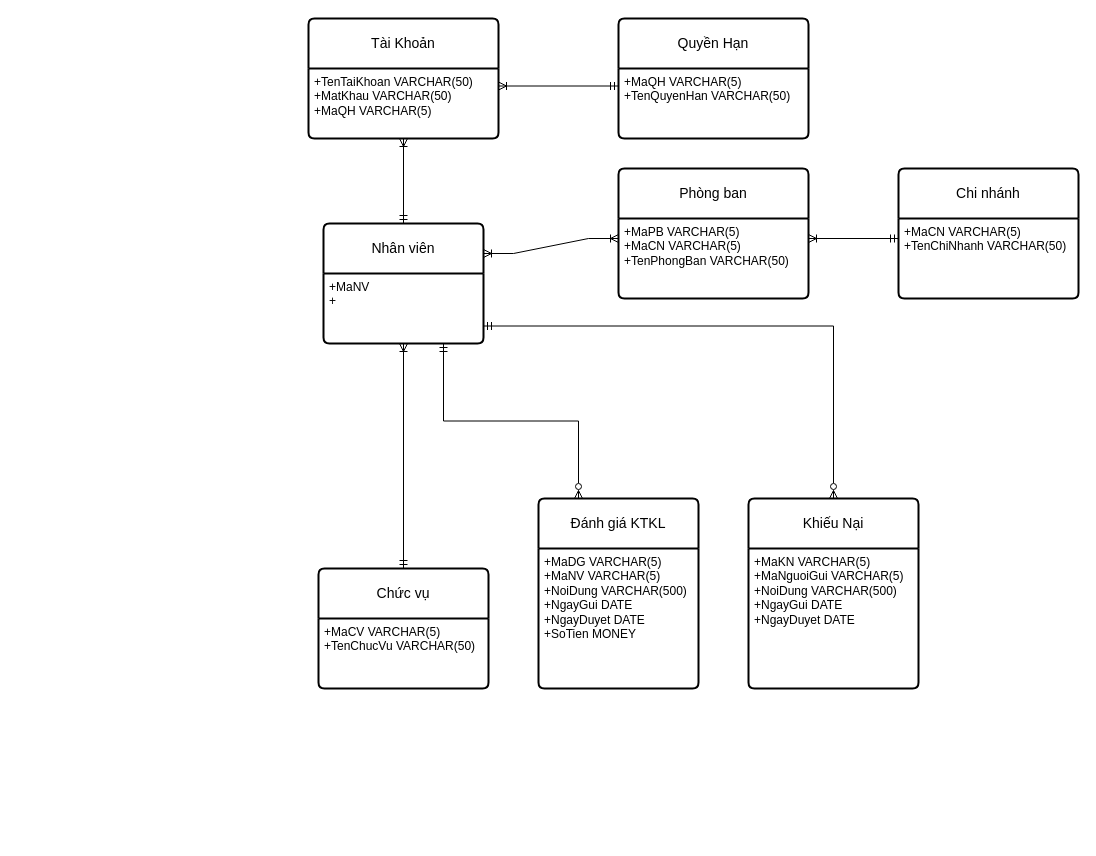
Earlier version of the draw.io diagram Untitled Diagram.drawio (dunkvippro/Quanlythuexe). Source tidied: cells renumbered, new cells numbered last; positions are measured from the earlier drawing's top-left corner, leaving out a move shared by most shapes. Both pictures are drawn from the tidied source at 100%, with x=0, y=0 at pixel (308, 18).
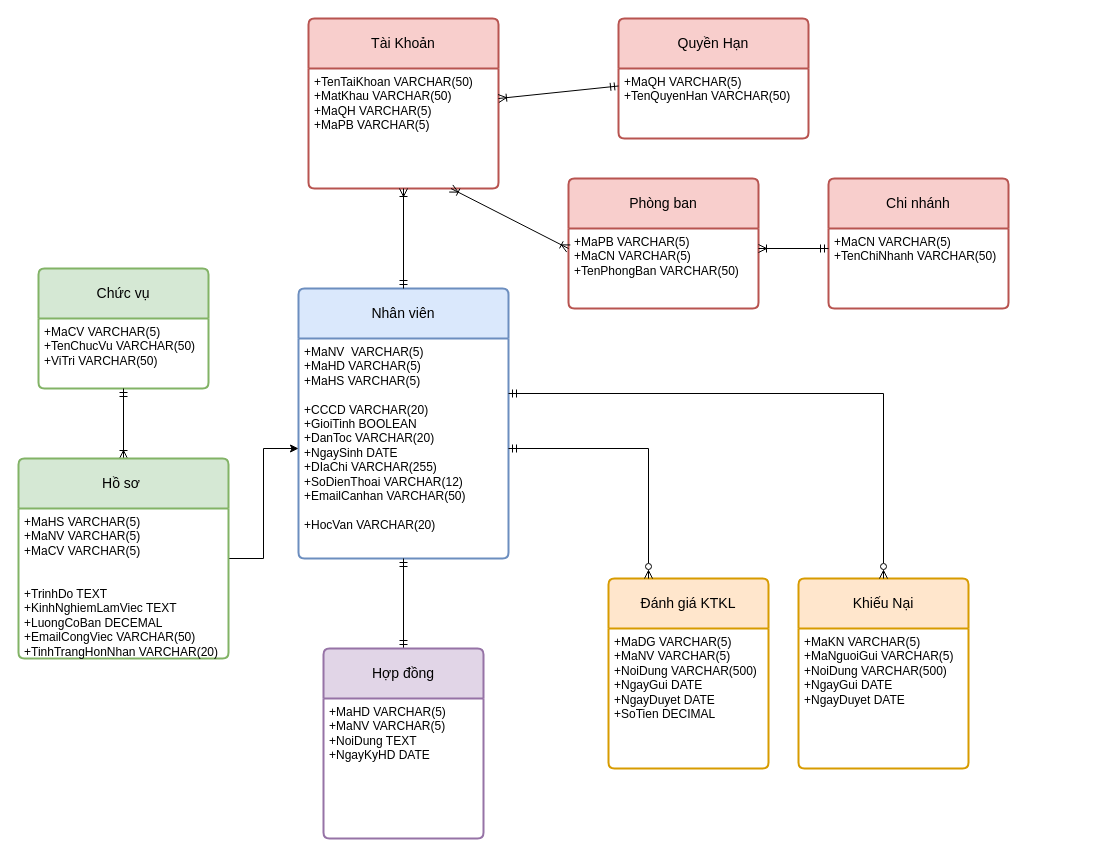
Above is the later version.

The change refers to these unchanged cells:
```xml
<mxCell id="10" value="+MaPB VARCHAR(5)&lt;br&gt;+MaCN VARCHAR(5)&lt;br&gt;+TenPhongBan VARCHAR(50)" style="align=left;strokeColor=none;fillColor=none;spacingLeft=4;fontSize=12;verticalAlign=top;html=1;" parent="9" vertex="1">
  <mxGeometry y="50" width="190" height="80" as="geometry" />
</mxCell>
```

The edit, as a diff of the source:
```diff
@@
-    <mxCell id="2" value="Tài Khoản" style="swimlane;horizontal=1;startSize=50;rounded=1;fontSize=14;fontStyle=0;strokeWidth=2;shadow=0;dashed=0;align=center;arcSize=4;whiteSpace=wrap;html=1;" parent="1" vertex="1">
-      <mxGeometry width="190" height="120" as="geometry" />
+    <mxCell id="2" value="Tài Khoản" style="swimlane;horizontal=1;startSize=50;rounded=1;fontSize=14;fontStyle=0;strokeWidth=2;shadow=0;dashed=0;align=center;arcSize=4;whiteSpace=wrap;html=1;fillColor=#f8cecc;strokeColor=#b85450;" parent="1" vertex="1">
+      <mxGeometry width="190" height="170" as="geometry" />
     </mxCell>
-    <mxCell id="3" value="+TenTaiKhoan VARCHAR(50)&lt;br&gt;+MatKhau VARCHAR(50)&lt;br&gt;+MaQH VARCHAR(5)" style="align=left;strokeColor=none;fillColor=none;spacingLeft=4;fontSize=12;verticalAlign=top;html=1;" parent="2" vertex="1">
-      <mxGeometry y="50" width="190" height="70" as="geometry" />
+    <mxCell id="3" value="+TenTaiKhoan VARCHAR(50)&lt;br&gt;+MatKhau VARCHAR(50)&lt;br&gt;+MaQH VARCHAR(5)&lt;br&gt;+MaPB VARCHAR(5)" style="align=left;strokeColor=none;fillColor=none;spacingLeft=4;fontSize=12;verticalAlign=top;html=1;" parent="2" vertex="1">
+      <mxGeometry y="50" width="190" height="120" as="geometry" />
     </mxCell>
-    <mxCell id="4" value="Quyền Hạn" style="swimlane;horizontal=1;startSize=50;rounded=1;fontSize=14;fontStyle=0;strokeWidth=2;shadow=0;dashed=0;align=center;arcSize=4;whiteSpace=wrap;html=1;" parent="1" vertex="1">
+    <mxCell id="4" value="Quyền Hạn" style="swimlane;horizontal=1;startSize=50;rounded=1;fontSize=14;fontStyle=0;strokeWidth=2;shadow=0;dashed=0;align=center;arcSize=4;whiteSpace=wrap;html=1;fillColor=#f8cecc;strokeColor=#b85450;" parent="1" vertex="1">
       <mxGeometry x="310" width="190" height="120" as="geometry" />
     </mxCell>
@@
-    <mxCell id="7" value="Nhân viên" style="swimlane;horizontal=1;startSize=50;rounded=1;fontSize=14;fontStyle=0;strokeWidth=2;shadow=0;dashed=0;align=center;arcSize=4;whiteSpace=wrap;html=1;" parent="1" vertex="1">
-      <mxGeometry x="15" y="205" width="160" height="120" as="geometry" />
+    <mxCell id="7" value="Nhân viên" style="swimlane;horizontal=1;startSize=50;rounded=1;fontSize=14;fontStyle=0;strokeWidth=2;shadow=0;dashed=0;align=center;arcSize=4;whiteSpace=wrap;html=1;fillColor=#dae8fc;strokeColor=#6c8ebf;" parent="1" vertex="1">
+      <mxGeometry x="-10" y="270" width="210" height="270" as="geometry" />
     </mxCell>
-    <mxCell id="8" value="+MaNV&amp;nbsp;&lt;br&gt;+" style="align=left;strokeColor=none;fillColor=none;spacingLeft=4;fontSize=12;verticalAlign=top;html=1;" parent="7" vertex="1">
-      <mxGeometry y="50" width="160" height="70" as="geometry" />
+    <mxCell id="8" value="+MaNV&amp;nbsp; VARCHAR(5)&lt;br&gt;+MaHD VARCHAR(5)&lt;br&gt;+MaHS VARCHAR(5)&lt;br&gt;&lt;br&gt;+CCCD VARCHAR(20)&lt;br&gt;+GioiTinh BOOLEAN&lt;br&gt;+DanToc VARCHAR(20)&lt;br&gt;+NgaySinh DATE&lt;br&gt;+DIaChi VARCHAR(255)&lt;br&gt;+SoDienThoai VARCHAR(12)&lt;br&gt;+EmailCanhan VARCHAR(50)&lt;br&gt;&lt;br&gt;+HocVan VARCHAR(20)" style="align=left;strokeColor=none;fillColor=none;spacingLeft=4;fontSize=12;verticalAlign=top;html=1;" parent="7" vertex="1">
+      <mxGeometry y="50" width="210" height="220" as="geometry" />
     </mxCell>
-    <mxCell id="9" value="Phòng ban" style="swimlane;horizontal=1;startSize=50;rounded=1;fontSize=14;fontStyle=0;strokeWidth=2;shadow=0;dashed=0;align=center;arcSize=4;whiteSpace=wrap;html=1;" parent="1" vertex="1">
-      <mxGeometry x="310" y="150" width="190" height="130" as="geometry" />
+    <mxCell id="9" value="Phòng ban" style="swimlane;horizontal=1;startSize=50;rounded=1;fontSize=14;fontStyle=0;strokeWidth=2;shadow=0;dashed=0;align=center;arcSize=4;whiteSpace=wrap;html=1;fillColor=#f8cecc;strokeColor=#b85450;" parent="1" vertex="1">
+      <mxGeometry x="260" y="160" width="190" height="130" as="geometry" />
     </mxCell>
@@
-    <mxCell id="11" value="Chi nhánh" style="swimlane;horizontal=1;startSize=50;rounded=1;fontSize=14;fontStyle=0;strokeWidth=2;shadow=0;dashed=0;align=center;arcSize=4;whiteSpace=wrap;html=1;" parent="1" vertex="1">
-      <mxGeometry x="590" y="150" width="180" height="130" as="geometry" />
+    <mxCell id="11" value="Chi nhánh" style="swimlane;horizontal=1;startSize=50;rounded=1;fontSize=14;fontStyle=0;strokeWidth=2;shadow=0;dashed=0;align=center;arcSize=4;whiteSpace=wrap;html=1;fillColor=#f8cecc;strokeColor=#b85450;" parent="1" vertex="1">
+      <mxGeometry x="520" y="160" width="180" height="130" as="geometry" />
     </mxCell>
@@
-    <mxCell id="13" value="Chức vụ" style="swimlane;horizontal=1;startSize=50;rounded=1;fontSize=14;fontStyle=0;strokeWidth=2;shadow=0;dashed=0;align=center;arcSize=4;whiteSpace=wrap;html=1;" parent="1" vertex="1">
-      <mxGeometry x="10" y="550" width="170" height="120" as="geometry" />
+    <mxCell id="13" value="Chức vụ" style="swimlane;horizontal=1;startSize=50;rounded=1;fontSize=14;fontStyle=0;strokeWidth=2;shadow=0;dashed=0;align=center;arcSize=4;whiteSpace=wrap;html=1;fillColor=#d5e8d4;strokeColor=#82b366;" parent="1" vertex="1">
+      <mxGeometry x="-270" y="250" width="170" height="120" as="geometry" />
     </mxCell>
-    <mxCell id="14" value="+MaCV VARCHAR(5)&lt;br&gt;+TenChucVu VARCHAR(50)" style="align=left;strokeColor=none;fillColor=none;spacingLeft=4;fontSize=12;verticalAlign=top;html=1;" parent="13" vertex="1">
+    <mxCell id="14" value="+MaCV VARCHAR(5)&lt;br&gt;+TenChucVu VARCHAR(50)&lt;br&gt;+ViTri VARCHAR(50)" style="align=left;strokeColor=none;fillColor=none;spacingLeft=4;fontSize=12;verticalAlign=top;html=1;" parent="13" vertex="1">
       <mxGeometry y="50" width="170" height="70" as="geometry" />
     </mxCell>
-    <mxCell id="15" value="Đánh giá KTKL" style="swimlane;horizontal=1;startSize=50;rounded=1;fontSize=14;fontStyle=0;strokeWidth=2;shadow=0;dashed=0;align=center;arcSize=4;whiteSpace=wrap;html=1;" parent="1" vertex="1">
-      <mxGeometry x="230" y="480" width="160" height="190" as="geometry" />
+    <mxCell id="15" value="Đánh giá KTKL" style="swimlane;horizontal=1;startSize=50;rounded=1;fontSize=14;fontStyle=0;strokeWidth=2;shadow=0;dashed=0;align=center;arcSize=4;whiteSpace=wrap;html=1;fillColor=#ffe6cc;strokeColor=#d79b00;" parent="1" vertex="1">
+      <mxGeometry x="300" y="560" width="160" height="190" as="geometry" />
     </mxCell>
-    <mxCell id="16" value="+MaDG VARCHAR(5)&lt;br&gt;+MaNV VARCHAR(5)&lt;br&gt;+NoiDung VARCHAR(500)&lt;br&gt;+NgayGui DATE&lt;br&gt;+NgayDuyet DATE&lt;br&gt;+SoTien MONEY" style="align=left;strokeColor=none;fillColor=none;spacingLeft=4;fontSize=12;verticalAlign=top;html=1;" parent="15" vertex="1">
+    <mxCell id="16" value="+MaDG VARCHAR(5)&lt;br&gt;+MaNV VARCHAR(5)&lt;br&gt;+NoiDung VARCHAR(500)&lt;br&gt;+NgayGui DATE&lt;br&gt;+NgayDuyet DATE&lt;br&gt;+SoTien DECIMAL" style="align=left;strokeColor=none;fillColor=none;spacingLeft=4;fontSize=12;verticalAlign=top;html=1;" parent="15" vertex="1">
       <mxGeometry y="50" width="160" height="140" as="geometry" />
     </mxCell>
-    <mxCell id="17" value="Khiếu Nại" style="swimlane;horizontal=1;startSize=50;rounded=1;fontSize=14;fontStyle=0;strokeWidth=2;shadow=0;dashed=0;align=center;arcSize=4;whiteSpace=wrap;html=1;" parent="1" vertex="1">
-      <mxGeometry x="440" y="480" width="170" height="190" as="geometry" />
+    <mxCell id="17" value="Khiếu Nại" style="swimlane;horizontal=1;startSize=50;rounded=1;fontSize=14;fontStyle=0;strokeWidth=2;shadow=0;dashed=0;align=center;arcSize=4;whiteSpace=wrap;html=1;fillColor=#ffe6cc;strokeColor=#d79b00;" parent="1" vertex="1">
+      <mxGeometry x="490" y="560" width="170" height="190" as="geometry" />
     </mxCell>
@@
-    <mxCell id="20" style="fontSize=12;html=1;endArrow=ERoneToMany;startArrow=ERmandOne;rounded=0;entryX=0.5;entryY=1;entryDx=0;entryDy=0;exitX=0.5;exitY=0;exitDx=0;exitDy=0;endFill=0;" parent="1" edge="1" source="13" target="8">
+    <mxCell id="20" style="fontSize=12;html=1;endArrow=ERoneToMany;startArrow=ERmandOne;rounded=0;entryX=0.5;entryY=0;entryDx=0;entryDy=0;exitX=0.5;exitY=1;exitDx=0;exitDy=0;endFill=0;" parent="1" edge="1" source="14" target="26">
       <mxGeometry relative="1" as="geometry" />
     </mxCell>
@@
-    <mxCell id="22" style="edgeStyle=entityRelationEdgeStyle;fontSize=12;html=1;endArrow=ERoneToMany;startArrow=ERoneToMany;rounded=0;entryX=0;entryY=0.25;entryDx=0;entryDy=0;endFill=0;startFill=0;exitX=1;exitY=0.25;exitDx=0;exitDy=0;" parent="1" edge="1" source="7" target="10">
+    <mxCell id="22" style="fontSize=12;html=1;endArrow=ERoneToMany;startArrow=ERoneToMany;rounded=0;entryX=0;entryY=0.25;entryDx=0;entryDy=0;endFill=0;startFill=0;exitX=0.75;exitY=1;exitDx=0;exitDy=0;" parent="1" edge="1" source="3" target="10">
       <mxGeometry relative="1" as="geometry" />
     </mxCell>
-    <mxCell id="23" style="edgeStyle=orthogonalEdgeStyle;rounded=0;jettySize=auto;html=1;exitX=0.75;exitY=1;exitDx=0;exitDy=0;entryX=0.25;entryY=0;entryDx=0;entryDy=0;endArrow=ERzeroToMany;endFill=0;startArrow=ERmandOne;startFill=0;" parent="1" edge="1" source="8" target="15">
+    <mxCell id="23" style="edgeStyle=orthogonalEdgeStyle;rounded=0;jettySize=auto;html=1;exitX=1;exitY=0.5;exitDx=0;exitDy=0;entryX=0.25;entryY=0;entryDx=0;entryDy=0;endArrow=ERzeroToMany;endFill=0;startArrow=ERmandOne;startFill=0;" parent="1" edge="1" source="8" target="15">
       <mxGeometry relative="1" as="geometry" />
     </mxCell>
-    <mxCell id="24" style="edgeStyle=orthogonalEdgeStyle;rounded=0;jettySize=auto;html=1;exitX=1;exitY=0.75;exitDx=0;exitDy=0;entryX=0.5;entryY=0;entryDx=0;entryDy=0;endArrow=ERzeroToMany;endFill=0;startArrow=ERmandOne;startFill=0;" parent="1" edge="1" source="8" target="17">
+    <mxCell id="24" style="edgeStyle=orthogonalEdgeStyle;rounded=0;jettySize=auto;html=1;exitX=1;exitY=0.25;exitDx=0;exitDy=0;entryX=0.5;entryY=0;entryDx=0;entryDy=0;endArrow=ERzeroToMany;endFill=0;startArrow=ERmandOne;startFill=0;" parent="1" edge="1" source="8" target="17">
       <mxGeometry relative="1" as="geometry" />
     </mxCell>
+    <mxCell id="25" style="edgeStyle=orthogonalEdgeStyle;rounded=0;jettySize=auto;html=1;entryX=0;entryY=0.5;entryDx=0;entryDy=0;" parent="1" edge="1" source="26" target="8">
+      <mxGeometry relative="1" as="geometry" />
+    </mxCell>
+    <mxCell id="26" value="Hồ sơ&amp;nbsp;" style="swimlane;horizontal=1;startSize=50;rounded=1;fontSize=14;fontStyle=0;strokeWidth=2;shadow=0;dashed=0;align=center;arcSize=4;whiteSpace=wrap;html=1;fillColor=#d5e8d4;strokeColor=#82b366;" parent="1" vertex="1">
+      <mxGeometry x="-290" y="440" width="210" height="200" as="geometry" />
+    </mxCell>
+    <mxCell id="27" value="+MaHS VARCHAR(5)&lt;br&gt;+MaNV VARCHAR(5)&lt;br&gt;+MaCV VARCHAR(5)&lt;br&gt;&lt;br&gt;&lt;br&gt;+TrinhDo TEXT&lt;br&gt;+KinhNghiemLamViec TEXT&lt;br&gt;+LuongCoBan DECEMAL&lt;br&gt;+EmailCongViec VARCHAR(50)&lt;br&gt;+TinhTrangHonNhan VARCHAR(20)" style="align=left;strokeColor=none;fillColor=none;spacingLeft=4;fontSize=12;verticalAlign=top;html=1;" parent="26" vertex="1">
+      <mxGeometry y="50" width="210" height="150" as="geometry" />
+    </mxCell>
+    <mxCell id="28" style="rounded=0;jettySize=auto;html=1;entryX=0.5;entryY=1;entryDx=0;entryDy=0;endArrow=ERmandOne;endFill=0;startArrow=ERmandOne;startFill=0;" parent="1" edge="1" source="29" target="8">
+      <mxGeometry relative="1" as="geometry" />
+    </mxCell>
+    <mxCell id="29" value="Hợp đồng" style="swimlane;horizontal=1;startSize=50;rounded=1;fontSize=14;fontStyle=0;strokeWidth=2;shadow=0;dashed=0;align=center;arcSize=4;whiteSpace=wrap;html=1;fillColor=#e1d5e7;strokeColor=#9673a6;" parent="1" vertex="1">
+      <mxGeometry x="15" y="630" width="160" height="190" as="geometry" />
+    </mxCell>
+    <mxCell id="30" value="+MaHD VARCHAR(5)&lt;br&gt;+MaNV VARCHAR(5)&lt;br&gt;+NoiDung TEXT&lt;br&gt;+NgayKyHD DATE" style="align=left;strokeColor=none;fillColor=none;spacingLeft=4;fontSize=12;verticalAlign=top;html=1;" parent="29" vertex="1">
+      <mxGeometry y="50" width="160" height="140" as="geometry" />
+    </mxCell>
```
